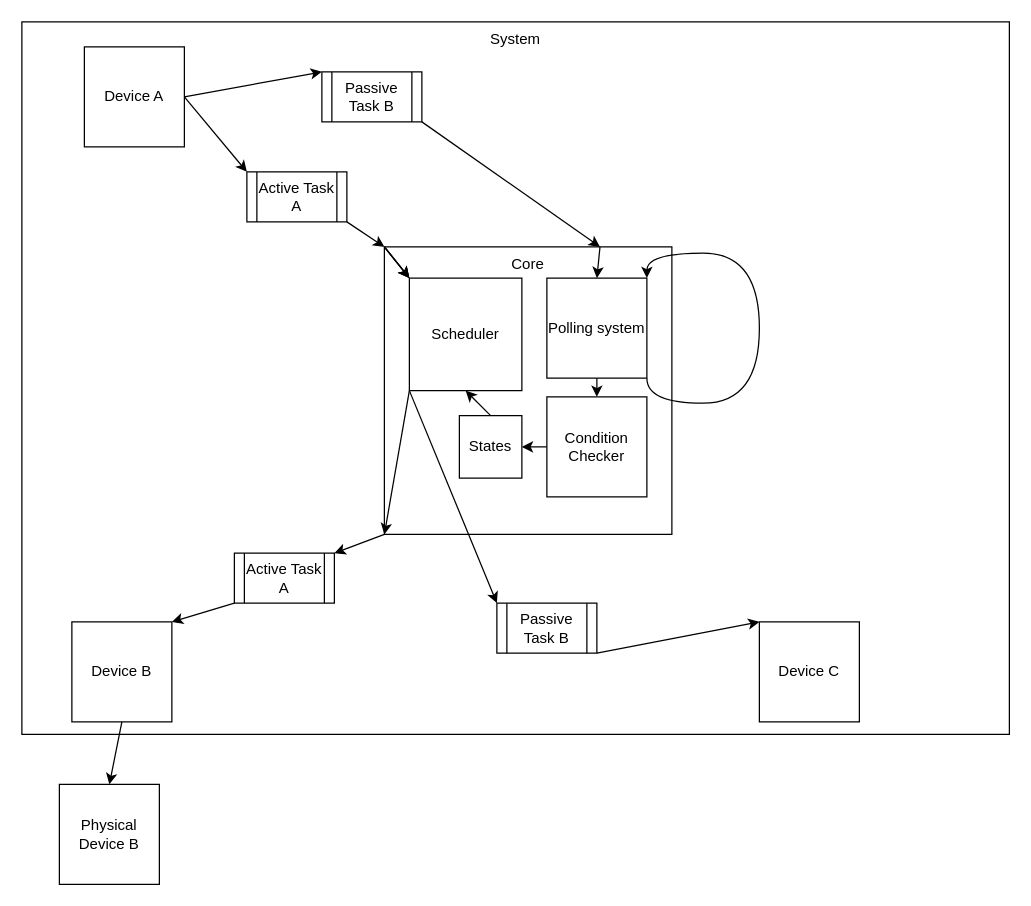
This is Untitled Diagram.drawio from hkjj293/lw-gp-iot, a draw.io file, before an edit. Source tidied: cells renumbered, new cells numbered last; positions are measured from the earlier drawing's top-left corner, leaving out a move shared by most shapes. Both pictures are drawn from the tidied source at 125%, with x=0, y=0 at pixel (21, 21).
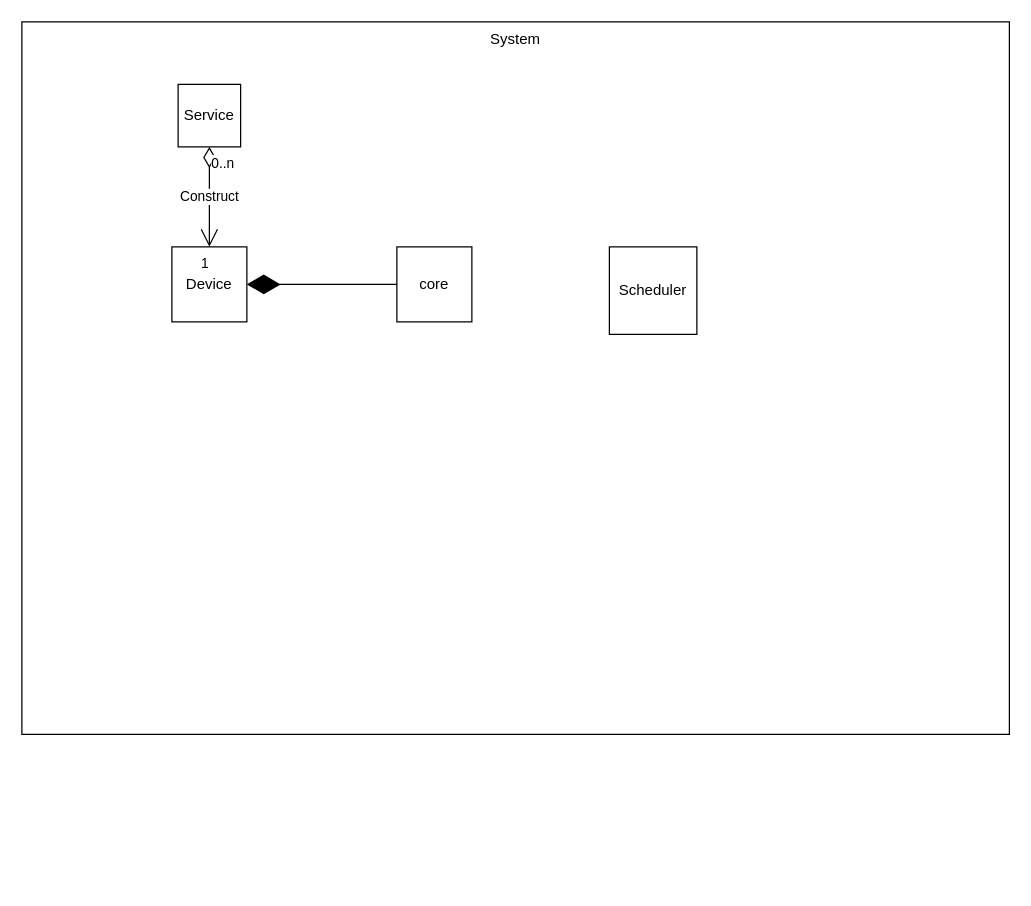
After the change.

Unchanged cells that the change refers to:
```xml
<mxCell id="4" style="group;verticalAlign=top;fillColor=none;" parent="1" vertex="1">
  <mxGeometry width="790" height="570" as="geometry" />
</mxCell>
```

Diff of the diagram source:
```diff
@@
-    <mxCell id="2" style="edgeStyle=none;rounded=0;jettySize=auto;html=1;exitX=0.5;exitY=1;exitDx=0;exitDy=0;entryX=0.5;entryY=0;entryDx=0;entryDy=0;" parent="1" edge="1" source="7" target="3">
-      <mxGeometry relative="1" as="geometry" />
-    </mxCell>
-    <mxCell id="3" value="Physical&lt;br&gt;Device B" style="whiteSpace=wrap;html=1;" parent="1" vertex="1">
-      <mxGeometry x="30" y="610" width="80" height="80" as="geometry" />
-    </mxCell>
@@
-    <mxCell id="6" value="Device A" style="whiteSpace=wrap;html=1;" parent="4" vertex="1">
-      <mxGeometry x="50" y="20" width="80" height="80" as="geometry" />
-    </mxCell>
-    <mxCell id="7" value="Device B" style="whiteSpace=wrap;html=1;" parent="4" vertex="1">
-      <mxGeometry x="40" y="480" width="80" height="80" as="geometry" />
-    </mxCell>
-    <mxCell id="8" value="Active Task A" style="shape=process;whiteSpace=wrap;html=1;backgroundOutline=1;" parent="4" vertex="1">
-      <mxGeometry x="180" y="120" width="80" height="40" as="geometry" />
-    </mxCell>
-    <mxCell id="9" style="edgeStyle=none;rounded=0;jettySize=auto;html=1;exitX=1;exitY=0.5;exitDx=0;exitDy=0;entryX=0;entryY=0;entryDx=0;entryDy=0;" parent="4" edge="1" source="6" target="8">
-      <mxGeometry relative="1" as="geometry" />
-    </mxCell>
-    <mxCell id="10" value="Active Task A" style="shape=process;whiteSpace=wrap;html=1;backgroundOutline=1;" parent="4" vertex="1">
-      <mxGeometry x="170" y="425" width="80" height="40" as="geometry" />
-    </mxCell>
-    <mxCell id="11" style="edgeStyle=none;rounded=0;jettySize=auto;html=1;exitX=0;exitY=1;exitDx=0;exitDy=0;entryX=1;entryY=0;entryDx=0;entryDy=0;" parent="4" edge="1" source="10" target="7">
-      <mxGeometry relative="1" as="geometry" />
-    </mxCell>
-    <mxCell id="12" value="Passive Task B" style="shape=process;whiteSpace=wrap;html=1;backgroundOutline=1;" parent="4" vertex="1">
-      <mxGeometry x="240" y="40" width="80" height="40" as="geometry" />
-    </mxCell>
-    <mxCell id="13" style="edgeStyle=none;rounded=0;jettySize=auto;html=1;exitX=1;exitY=0.5;exitDx=0;exitDy=0;entryX=0;entryY=0;entryDx=0;entryDy=0;" parent="4" edge="1" source="6" target="12">
-      <mxGeometry relative="1" as="geometry" />
-    </mxCell>
-    <mxCell id="14" style="group;" parent="4" vertex="1">
-      <mxGeometry x="290" y="180" width="230" height="230" as="geometry" />
-    </mxCell>
-    <mxCell id="15" value="Core" style="whiteSpace=wrap;html=1;verticalAlign=top;" parent="14" vertex="1">
-      <mxGeometry width="230" height="230" as="geometry" />
-    </mxCell>
+    <mxCell id="37" value="Device" style="whiteSpace=wrap;html=1;" parent="4" vertex="1">
+      <mxGeometry x="120" y="180" width="60" height="60" as="geometry" />
+    </mxCell>
+    <mxCell id="38" value="Service" style="whiteSpace=wrap;html=1;" parent="4" vertex="1">
+      <mxGeometry x="125" y="50" width="50" height="50" as="geometry" />
+    </mxCell>
+    <mxCell id="39" value="core" style="whiteSpace=wrap;html=1;" parent="4" vertex="1">
+      <mxGeometry x="300" y="180" width="60" height="60" as="geometry" />
+    </mxCell>
+    <mxCell id="40" style="endArrow=diamondThin;endFill=1;endSize=24;html=1;rounded=0;exitX=0;exitY=0.5;exitDx=0;exitDy=0;entryX=1;entryY=0.5;entryDx=0;entryDy=0;" parent="4" edge="1" source="39" target="37">
+      <mxGeometry relative="1" as="geometry" />
+    </mxCell>
+    <mxCell id="41" value="Construct" style="endArrow=open;html=1;endSize=12;startArrow=diamondThin;startSize=14;startFill=0;edgeStyle=orthogonalEdgeStyle;rounded=0;exitX=0.5;exitY=1;exitDx=0;exitDy=0;entryX=0.5;entryY=0;entryDx=0;entryDy=0;" parent="4" edge="1" source="38" target="37">
+      <mxGeometry relative="1" as="geometry" />
+    </mxCell>
+    <mxCell id="42" value="0..n" style="edgeLabel;html=1;align=left;verticalAlign=top;" parent="41" vertex="1">
+      <mxGeometry x="-1" relative="1" as="geometry" />
+    </mxCell>
+    <mxCell id="43" value="1" style="edgeLabel;html=1;align=right;verticalAlign=top;" parent="41" vertex="1">
+      <mxGeometry x="1" relative="1" as="geometry" />
+    </mxCell>
-    <mxCell id="16" value="Scheduler" style="whiteSpace=wrap;html=1;" parent="14" vertex="1">
-      <mxGeometry x="20" y="25" width="90" height="90" as="geometry" />
+    <mxCell id="16" value="Scheduler" style="whiteSpace=wrap;html=1;" parent="4" vertex="1">
+      <mxGeometry x="470" y="180" width="70" height="70" as="geometry" />
     </mxCell>
-    <mxCell id="17" style="edgeStyle=none;rounded=0;jettySize=auto;html=1;exitX=0.5;exitY=1;exitDx=0;exitDy=0;entryX=0.5;entryY=0;entryDx=0;entryDy=0;" parent="14" edge="1" source="18" target="27">
-      <mxGeometry relative="1" as="geometry" />
-    </mxCell>
-    <mxCell id="18" value="Polling system" style="whiteSpace=wrap;html=1;" parent="14" vertex="1">
-      <mxGeometry x="130" y="25" width="80" height="80" as="geometry" />
-    </mxCell>
-    <mxCell id="19" style="edgeStyle=none;rounded=0;jettySize=auto;html=1;exitX=0;exitY=0;exitDx=0;exitDy=0;entryX=0;entryY=0;entryDx=0;entryDy=0;" parent="14" edge="1" source="15" target="16">
-      <mxGeometry relative="1" as="geometry" />
-    </mxCell>
-    <mxCell id="20" style="edgeStyle=none;rounded=0;jettySize=auto;html=1;exitX=0;exitY=0;exitDx=0;exitDy=0;entryX=0;entryY=0;entryDx=0;entryDy=0;" parent="14" edge="1" source="15" target="16">
-      <mxGeometry relative="1" as="geometry" />
-    </mxCell>
-    <mxCell id="21" style="edgeStyle=none;rounded=0;jettySize=auto;html=1;exitX=0;exitY=1;exitDx=0;exitDy=0;entryX=0;entryY=1;entryDx=0;entryDy=0;" parent="14" edge="1" source="16" target="15">
-      <mxGeometry relative="1" as="geometry" />
-    </mxCell>
-    <mxCell id="22" style="edgeStyle=none;rounded=0;jettySize=auto;html=1;exitX=0;exitY=0;exitDx=0;exitDy=0;entryX=0;entryY=0;entryDx=0;entryDy=0;" parent="14" edge="1" source="15" target="16">
-      <mxGeometry relative="1" as="geometry" />
-    </mxCell>
-    <mxCell id="23" style="edgeStyle=none;rounded=0;jettySize=auto;html=1;exitX=0.75;exitY=0;exitDx=0;exitDy=0;entryX=0.5;entryY=0;entryDx=0;entryDy=0;" parent="14" edge="1" source="15" target="18">
-      <mxGeometry relative="1" as="geometry" />
-    </mxCell>
-    <mxCell id="24" style="edgeStyle=orthogonalEdgeStyle;rounded=0;orthogonalLoop=1;jettySize=auto;html=1;exitX=1;exitY=1;exitDx=0;exitDy=0;entryX=1;entryY=0;entryDx=0;entryDy=0;curved=1;" parent="14" edge="1" source="18" target="18">
-      <mxGeometry relative="1" as="geometry">
-        <Array as="points">
-          <mxPoint x="210" y="125" />
-          <mxPoint x="300" y="125" />
-          <mxPoint x="300" y="5" />
-          <mxPoint x="210" y="5" />
-        </Array>
-      </mxGeometry>
-    </mxCell>
-    <mxCell id="25" style="edgeStyle=none;rounded=0;orthogonalLoop=1;jettySize=auto;html=1;exitX=0.25;exitY=1;exitDx=0;exitDy=0;" parent="14" edge="1" source="15" target="15">
-      <mxGeometry relative="1" as="geometry" />
-    </mxCell>
-    <mxCell id="26" style="edgeStyle=none;rounded=0;jettySize=auto;html=1;exitX=0;exitY=0.5;exitDx=0;exitDy=0;entryX=1;entryY=0.5;entryDx=0;entryDy=0;" parent="14" edge="1" source="27" target="29">
-      <mxGeometry relative="1" as="geometry" />
-    </mxCell>
-    <mxCell id="27" value="Condition Checker" style="whiteSpace=wrap;html=1;" parent="14" vertex="1">
-      <mxGeometry x="130" y="120" width="80" height="80" as="geometry" />
-    </mxCell>
-    <mxCell id="28" style="edgeStyle=none;rounded=0;jettySize=auto;html=1;exitX=0.5;exitY=0;exitDx=0;exitDy=0;entryX=0.5;entryY=1;entryDx=0;entryDy=0;" parent="14" edge="1" source="29" target="16">
-      <mxGeometry relative="1" as="geometry" />
-    </mxCell>
-    <mxCell id="29" value="States" style="whiteSpace=wrap;html=1;" parent="14" vertex="1">
-      <mxGeometry x="60" y="135" width="50" height="50" as="geometry" />
-    </mxCell>
-    <mxCell id="30" style="edgeStyle=none;rounded=0;jettySize=auto;html=1;exitX=1;exitY=1;exitDx=0;exitDy=0;entryX=0;entryY=0;entryDx=0;entryDy=0;" parent="4" edge="1" source="8" target="15">
-      <mxGeometry relative="1" as="geometry" />
-    </mxCell>
-    <mxCell id="31" style="edgeStyle=none;rounded=0;jettySize=auto;html=1;exitX=0;exitY=1;exitDx=0;exitDy=0;entryX=1;entryY=0;entryDx=0;entryDy=0;" parent="4" edge="1" source="15" target="10">
-      <mxGeometry relative="1" as="geometry" />
-    </mxCell>
-    <mxCell id="32" style="edgeStyle=none;rounded=0;jettySize=auto;html=1;exitX=1;exitY=1;exitDx=0;exitDy=0;entryX=0.75;entryY=0;entryDx=0;entryDy=0;" parent="4" edge="1" source="12" target="15">
-      <mxGeometry relative="1" as="geometry" />
-    </mxCell>
-    <mxCell id="33" value="Device C" style="whiteSpace=wrap;html=1;" parent="4" vertex="1">
-      <mxGeometry x="590" y="480" width="80" height="80" as="geometry" />
-    </mxCell>
-    <mxCell id="34" style="edgeStyle=none;rounded=0;jettySize=auto;html=1;exitX=1;exitY=1;exitDx=0;exitDy=0;entryX=0;entryY=0;entryDx=0;entryDy=0;" parent="4" edge="1" source="35" target="33">
-      <mxGeometry relative="1" as="geometry" />
-    </mxCell>
-    <mxCell id="35" value="Passive Task B" style="shape=process;whiteSpace=wrap;html=1;backgroundOutline=1;" parent="4" vertex="1">
-      <mxGeometry x="380" y="465" width="80" height="40" as="geometry" />
-    </mxCell>
-    <mxCell id="36" style="edgeStyle=none;rounded=0;jettySize=auto;html=1;exitX=0;exitY=1;exitDx=0;exitDy=0;entryX=0;entryY=0;entryDx=0;entryDy=0;" parent="4" edge="1" source="16" target="35">
-      <mxGeometry relative="1" as="geometry" />
-    </mxCell>
```
